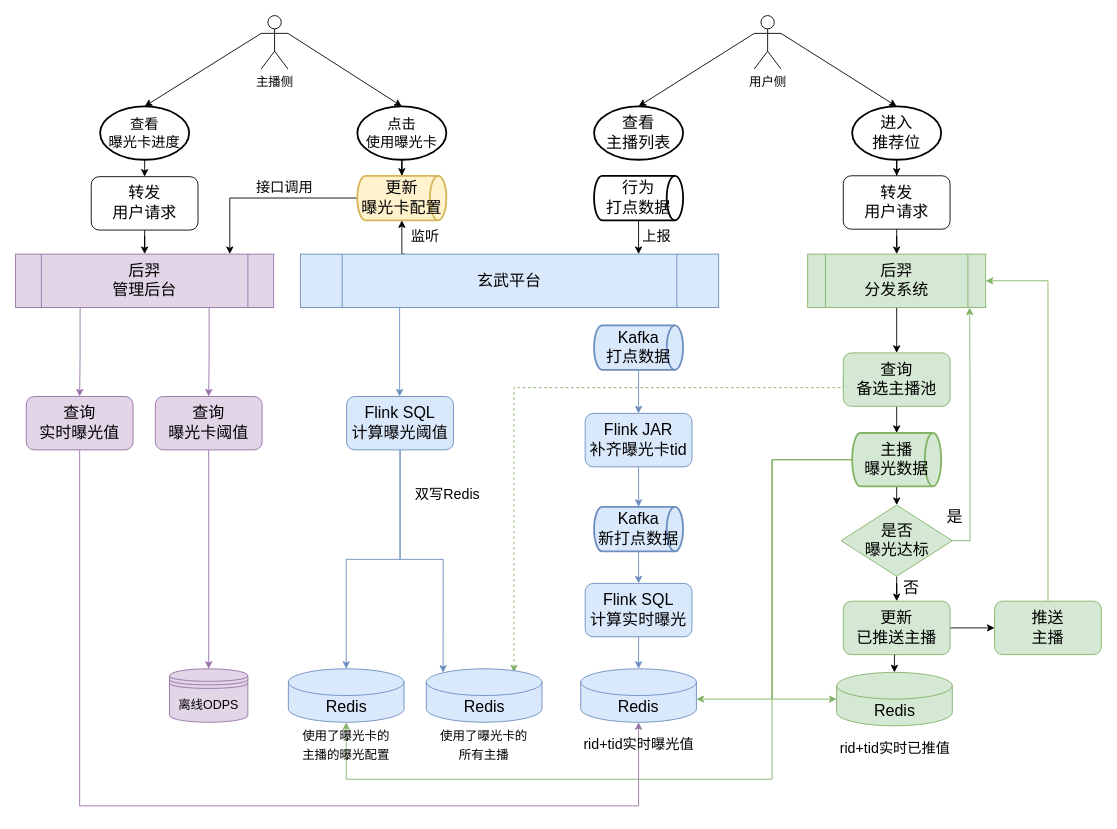
This is 后羿接曝光卡.drawio from hongweilv-whu/flowCharts, a draw.io file, before an edit. Source tidied: cells renumbered, new cells numbered last; positions are measured from the earlier drawing's top-left corner, leaving out a move shared by most shapes. Both pictures are drawn from the tidied source at 89%, with x=0, y=0 at pixel (15, 15).
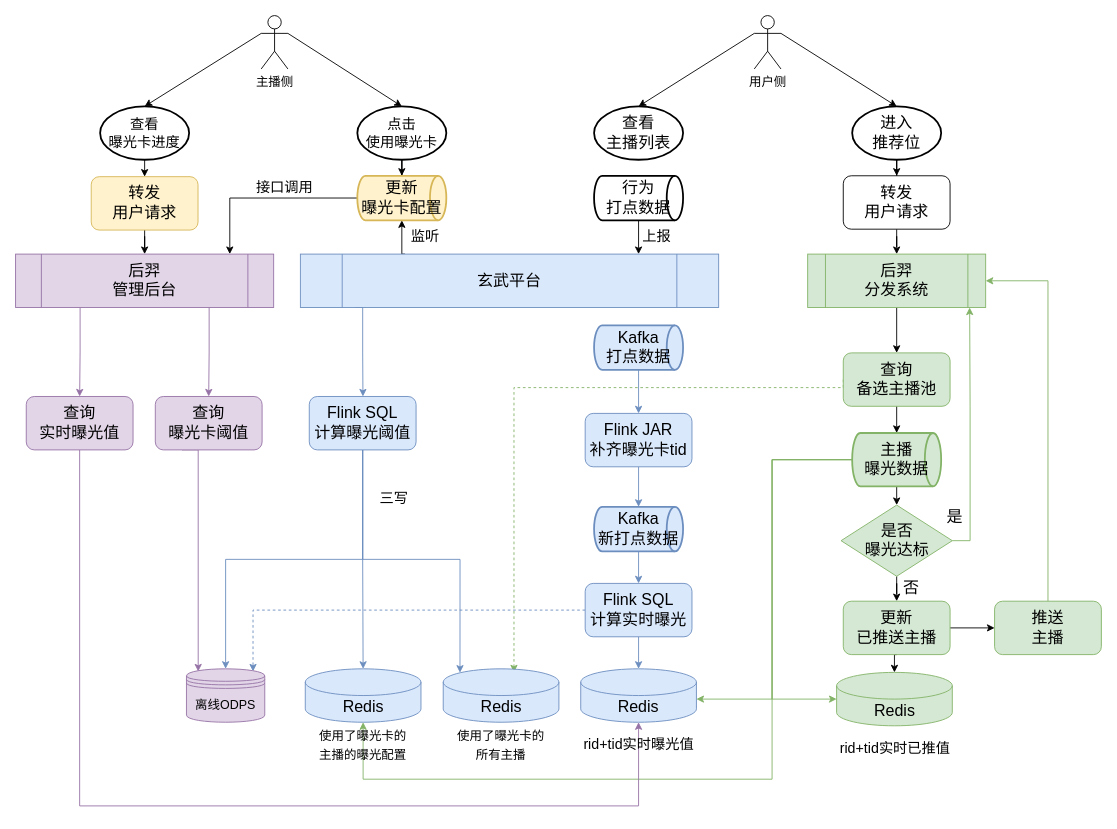
The same diagram, later.

Commit message:
Update 后羿接曝光卡.drawio

The change refers to these unchanged cells:
```xml
<mxCell id="19" value="Redis" style="shape=cylinder3;whiteSpace=wrap;html=1;boundedLbl=1;backgroundOutline=1;size=15;fontSize=18;fillColor=#dae8fc;strokeColor=#6c8ebf;" parent="18" vertex="1">
  <mxGeometry x="2.5" width="130" height="60" as="geometry" />
</mxCell>
<mxCell id="35" value="&lt;span style=&quot;font-size: 18px;&quot;&gt;Flink SQL&lt;br&gt;计算实时曝光&lt;br&gt;&lt;/span&gt;" style="rounded=1;whiteSpace=wrap;html=1;fontSize=14;fillColor=#dae8fc;strokeColor=#6c8ebf;" parent="1" vertex="1">
  <mxGeometry x="640" y="638" width="120" height="60" as="geometry" />
</mxCell>
<mxCell id="50" value="&lt;font style=&quot;font-size: 18px;&quot;&gt;主播&lt;br&gt;曝光数据&lt;/font&gt;" style="strokeWidth=2;html=1;shape=mxgraph.flowchart.direct_data;whiteSpace=wrap;fontSize=16;fillColor=#d5e8d4;strokeColor=#82b366;" parent="1" vertex="1">
  <mxGeometry x="940" y="469" width="100" height="60" as="geometry" />
</mxCell>
<mxCell id="69" value="&lt;span style=&quot;font-size: 18px;&quot;&gt;查询&lt;br&gt;曝光卡阈值&lt;br&gt;&lt;/span&gt;" style="rounded=1;whiteSpace=wrap;html=1;fontSize=14;fillColor=#e1d5e7;strokeColor=#9673a6;" parent="1" vertex="1">
  <mxGeometry x="157" y="428" width="120" height="60" as="geometry" />
</mxCell>
```

Diff of the diagram source:
```diff
@@
     <mxCell id="2" style="edgeStyle=orthogonalEdgeStyle;rounded=0;jettySize=auto;html=1;exitX=0;exitY=0.5;exitDx=0;exitDy=0;exitPerimeter=0;entryX=0.5;entryY=1;entryDx=0;entryDy=0;entryPerimeter=0;fontSize=16;fillColor=#d5e8d4;strokeColor=#82b366;" parent="1" edge="1" source="50" target="19">
       <mxGeometry relative="1" as="geometry">
         <Array as="points">
           <mxPoint x="850" y="499" />
           <mxPoint x="850" y="858" />
-          <mxPoint x="372" y="858" />
+          <mxPoint x="390" y="858" />
         </Array>
       </mxGeometry>
     </mxCell>
@@
     <mxCell id="15" style="group;" parent="1" vertex="1">
-      <mxGeometry x="459" y="734" width="135" height="100" as="geometry" />
+      <mxGeometry x="478" y="734" width="135" height="100" as="geometry" />
     </mxCell>
@@
     <mxCell id="18" style="group;" parent="1" vertex="1">
-      <mxGeometry x="304" y="734" width="135" height="100" as="geometry" />
+      <mxGeometry x="323" y="734" width="135" height="100" as="geometry" />
     </mxCell>
@@
+    <mxCell id="81" style="edgeStyle=orthogonalEdgeStyle;rounded=0;jettySize=auto;html=1;exitX=0;exitY=0.5;exitDx=0;exitDy=0;fontSize=16;entryX=0.85;entryY=0.05;entryDx=0;entryDy=0;entryPerimeter=0;fillColor=#dae8fc;strokeColor=#6c8ebf;dashed=1;" parent="1" edge="1" source="35" target="36">
+      <mxGeometry relative="1" as="geometry" />
+    </mxCell>
@@
     <mxCell id="36" value="&lt;font style=&quot;font-size: 14px;&quot;&gt;离线ODPS&lt;/font&gt;" style="shape=datastore;whiteSpace=wrap;html=1;fontSize=18;fillColor=#e1d5e7;strokeColor=#9673a6;" parent="1" vertex="1">
-      <mxGeometry x="173" y="734" width="88" height="60" as="geometry" />
+      <mxGeometry x="192" y="734" width="88" height="60" as="geometry" />
     </mxCell>
-    <mxCell id="37" style="edgeStyle=orthogonalEdgeStyle;rounded=0;jettySize=auto;html=1;exitX=0.25;exitY=1;exitDx=0;exitDy=0;fontSize=16;fillColor=#dae8fc;strokeColor=#6c8ebf;" parent="1" edge="1" target="63">
-      <mxGeometry relative="1" as="geometry">
-        <mxPoint x="431.5" y="328" as="sourcePoint" />
-      </mxGeometry>
-    </mxCell>
@@
+    <mxCell id="82" style="edgeStyle=orthogonalEdgeStyle;rounded=0;orthogonalLoop=1;jettySize=auto;html=1;exitX=0.11;exitY=1;exitDx=0;exitDy=0;exitPerimeter=0;entryX=0.5;entryY=0;entryDx=0;entryDy=0;fontSize=16;fillColor=#dae8fc;strokeColor=#6c8ebf;" parent="1" edge="1">
+      <mxGeometry relative="1" as="geometry">
+        <mxPoint x="381" y="328" as="sourcePoint" />
+        <mxPoint x="390.3" y="428" as="targetPoint" />
+        <Array as="points">
+          <mxPoint x="390" y="328" />
+          <mxPoint x="390" y="378" />
+          <mxPoint x="390" y="378" />
+        </Array>
+      </mxGeometry>
+    </mxCell>
-    <mxCell id="39" value="玄武平台" style="shape=process;whiteSpace=wrap;html=1;backgroundOutline=1;fontSize=18;fillColor=#dae8fc;strokeColor=#6c8ebf;" parent="1" vertex="1">
+    <mxCell id="39" value="玄武平台" style="shape=process;whiteSpace=wrap;html=1;backgroundOutline=1;fontSize=18;fillColor=#dae8fc;strokeColor=#6c8ebf;points=[[0,0,0,0,0],[0,0.25,0,0,0],[0,0.5,0,0,0],[0,0.75,0,0,0],[0.11,1,0,0,0],[0.25,0,0,0,0],[0.25,1,0,0,0],[0.5,0,0,0,0],[0.5,1,0,0,0],[0.75,0,0,0,0],[0.75,1,0,0,0],[1,0,0,0,0],[1,0.25,0,0,0],[1,0.5,0,0,0],[1,0.75,0,0,0],[1,1,0,0,0]];" parent="1" vertex="1">
       <mxGeometry x="320" y="268" width="470" height="60" as="geometry" />
     </mxCell>
@@
+    <mxCell id="83" style="edgeStyle=orthogonalEdgeStyle;rounded=0;jettySize=auto;html=1;exitX=0.5;exitY=1;exitDx=0;exitDy=0;entryX=0.5;entryY=0;entryDx=0;entryDy=0;fontSize=16;fillColor=#dae8fc;strokeColor=#6c8ebf;" parent="1" edge="1" source="63" target="36">
+      <mxGeometry relative="1" as="geometry" />
+    </mxCell>
     <mxCell id="63" value="&lt;span style=&quot;font-size: 18px;&quot;&gt;Flink SQL&lt;br&gt;计算曝光阈值&lt;br&gt;&lt;/span&gt;" style="rounded=1;whiteSpace=wrap;html=1;fontSize=14;fillColor=#dae8fc;strokeColor=#6c8ebf;" parent="1" vertex="1">
-      <mxGeometry x="372" y="428" width="120" height="60" as="geometry" />
+      <mxGeometry x="330" y="428" width="120" height="60" as="geometry" />
     </mxCell>
-    <mxCell id="64" value="双写Redis" style="text;html=1;align=center;verticalAlign=middle;fontSize=16;" parent="1" vertex="1">
-      <mxGeometry x="440" y="528" width="90" height="20" as="geometry" />
+    <mxCell id="64" value="三写" style="text;html=1;align=center;verticalAlign=middle;fontSize=16;" parent="1" vertex="1">
+      <mxGeometry x="400" y="532" width="50" height="20" as="geometry" />
     </mxCell>
@@
-    <mxCell id="68" style="edgeStyle=orthogonalEdgeStyle;rounded=0;jettySize=auto;html=1;exitX=0.5;exitY=1;exitDx=0;exitDy=0;fontSize=16;fillColor=#e1d5e7;strokeColor=#9673a6;" parent="1" edge="1" source="69" target="36">
-      <mxGeometry relative="1" as="geometry" />
+    <mxCell id="68" style="edgeStyle=orthogonalEdgeStyle;rounded=0;jettySize=auto;html=1;exitX=0.25;exitY=1;exitDx=0;exitDy=0;entryX=0.15;entryY=0.05;entryDx=0;entryDy=0;entryPerimeter=0;fontSize=16;fillColor=#e1d5e7;strokeColor=#9673a6;" parent="1" edge="1" source="69" target="36">
+      <mxGeometry relative="1" as="geometry">
+        <Array as="points">
+          <mxPoint x="205" y="488" />
+        </Array>
+      </mxGeometry>
     </mxCell>
@@
-    <mxCell id="80" value="&lt;span style=&quot;font-size: 18px;&quot;&gt;转发&lt;br&gt;用户请求&lt;/span&gt;" style="rounded=1;whiteSpace=wrap;html=1;fontSize=14;" parent="1" vertex="1">
+    <mxCell id="80" value="&lt;span style=&quot;font-size: 18px;&quot;&gt;转发&lt;br&gt;用户请求&lt;/span&gt;" style="rounded=1;whiteSpace=wrap;html=1;fontSize=14;fillColor=#fff2cc;strokeColor=#d6b656;" parent="1" vertex="1">
       <mxGeometry x="85" y="181" width="120" height="60" as="geometry" />
     </mxCell>
```
